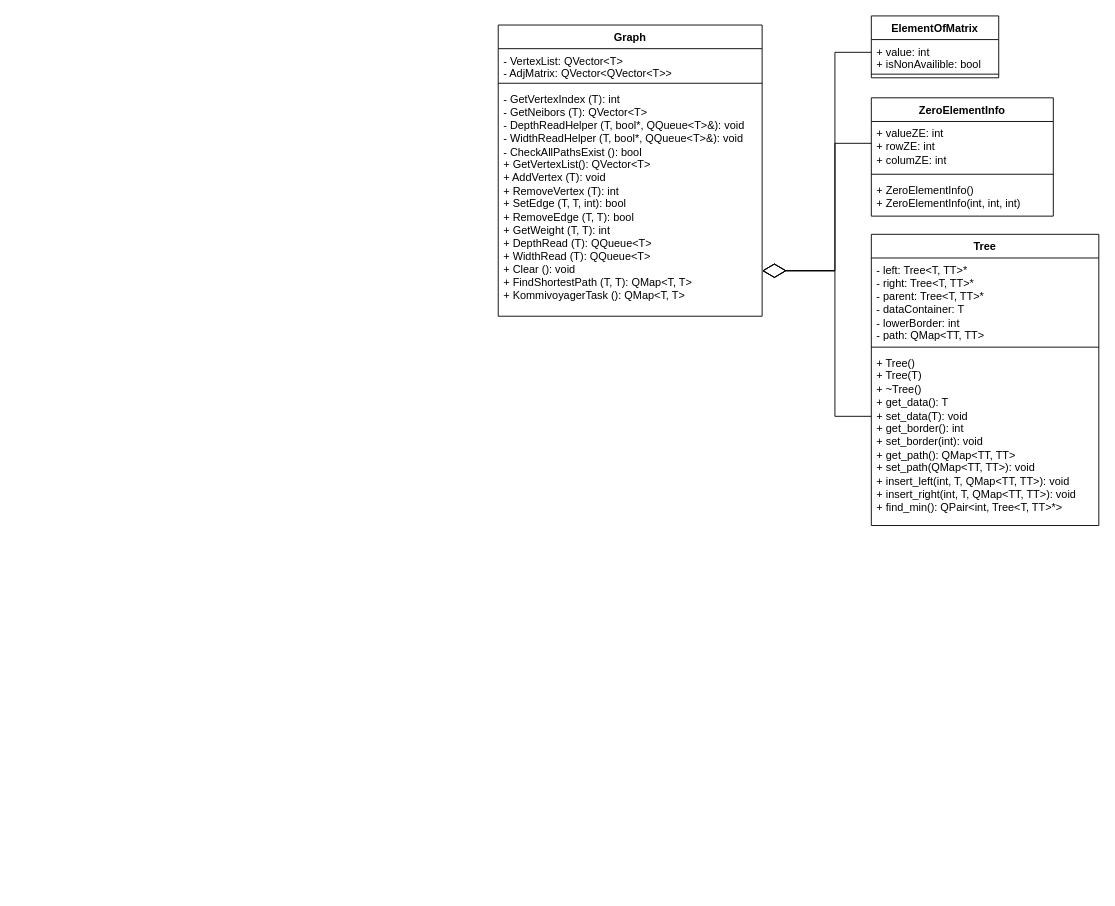
Earlier version of the draw.io diagram UML/Graphs.drawio (Hitikov/Lab_Graphs_QT_only). Source tidied: cells renumbered, new cells numbered last; positions are measured from the earlier drawing's top-left corner, leaving out a move shared by most shapes. Both pictures are drawn from the tidied source at 91%, with x=0, y=0 at pixel (498, 15).
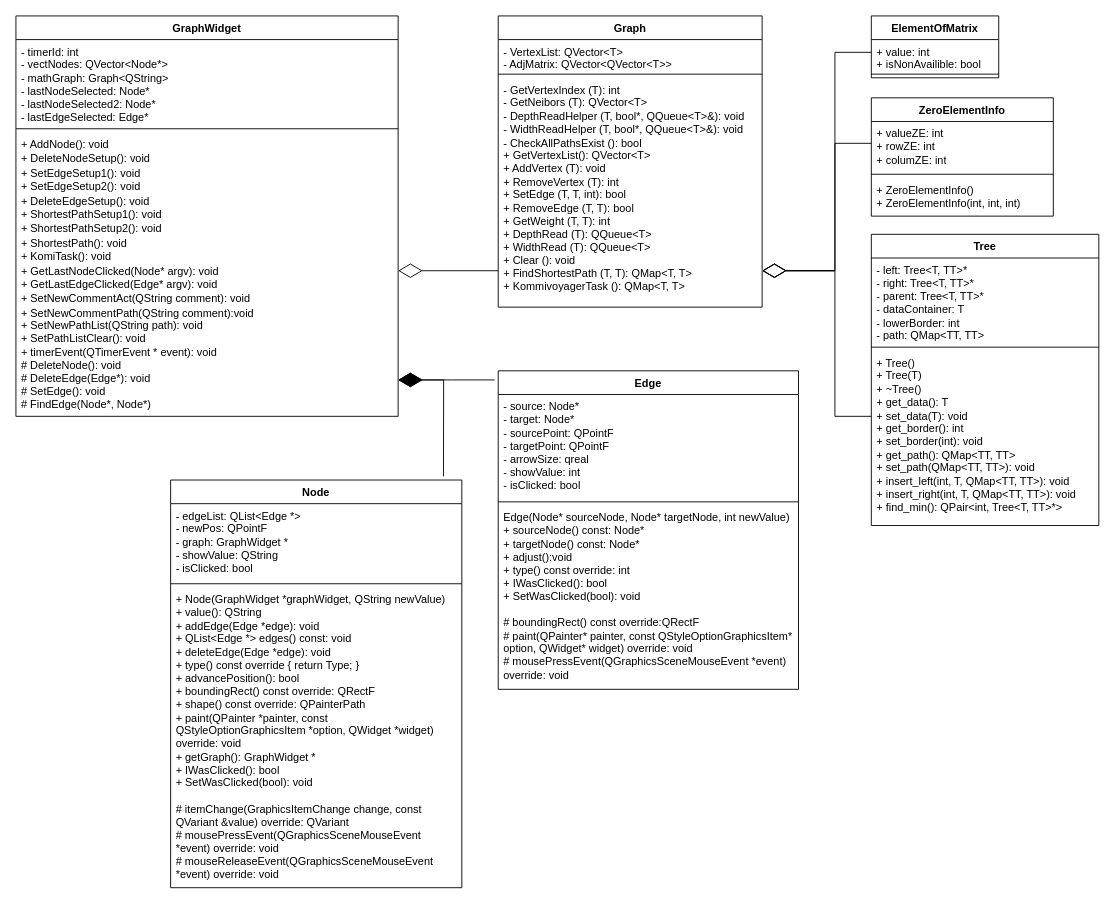
The same diagram, later.

Commit message (it also covers changes not shown here):
Fixes of TMP + complited repor and UML

Unchanged cells that the change refers to:
```xml
<mxCell id="2" value="Tree" style="swimlane;fontStyle=1;align=center;verticalAlign=top;horizontal=1;startSize=26;whiteSpace=wrap;html=1;" parent="1" vertex="1">
  <mxGeometry x="410" y="240" width="250" height="320" as="geometry" />
</mxCell>
<mxCell id="16" value="- GetVertexIndex (T): int&lt;div&gt;- GetNeibors (T):&amp;nbsp;&lt;span style=&quot;background-color: initial;&quot;&gt;QVector&amp;lt;T&amp;gt;&lt;/span&gt;&lt;/div&gt;&lt;div&gt;&lt;span style=&quot;background-color: initial;&quot;&gt;- DepthReadHelper (T, bool*, QQueue&amp;lt;T&amp;gt;&amp;amp;): void&lt;/span&gt;&lt;/div&gt;&lt;div&gt;- WidthReadHelper (T, bool*, QQueue&amp;lt;T&amp;gt;&amp;amp;): void&lt;span style=&quot;background-color: initial;&quot;&gt;&lt;br&gt;&lt;/span&gt;&lt;/div&gt;&lt;div&gt;- CheckAllPathsExist (): bool&lt;/div&gt;&lt;div&gt;+ GetVertexList(): QVector&amp;lt;T&amp;gt;&lt;/div&gt;&lt;div&gt;+ AddVertex (T): void&lt;/div&gt;&lt;div&gt;+ RemoveVertex (T): int&lt;/div&gt;&lt;div&gt;+ SetEdge (T, T, int): bool&lt;/div&gt;&lt;div&gt;+ RemoveEdge (T, T): bool&lt;/div&gt;&lt;div&gt;+ GetWeight (T, T): int&lt;/div&gt;&lt;div&gt;+ DepthRead (T): QQueue&amp;lt;T&amp;gt;&lt;/div&gt;&lt;div&gt;+ WidthRead (T): QQueue&amp;lt;T&amp;gt;&lt;br&gt;&lt;/div&gt;&lt;div&gt;+ Clear (): void&lt;/div&gt;&lt;div&gt;+ FindShortestPath (T, T): QMap&amp;lt;T, T&amp;gt;&lt;/div&gt;&lt;div&gt;+ KommivoyagerTask (): QMap&amp;lt;T, T&amp;gt;&lt;/div&gt;" style="text;strokeColor=none;fillColor=none;align=left;verticalAlign=top;spacingLeft=4;spacingRight=4;overflow=hidden;points=[[0,0.5],[1,0.5]];portConstraint=eastwest;whiteSpace=wrap;html=1;" parent="13" vertex="1">
  <mxGeometry y="68" width="290" height="252" as="geometry" />
</mxCell>
```

Change to the diagram source:
```diff
@@
-    <mxCell id="5" value="&lt;div&gt;+ Tree()&lt;/div&gt;&lt;div&gt;+ Tree(T)&lt;/div&gt;&lt;div&gt;+ ~Tree()&lt;/div&gt;&lt;div&gt;+ get_data(): T&lt;/div&gt;&lt;div&gt;+  set_data(T):&amp;nbsp;void&lt;/div&gt;&lt;div&gt;+ get_border(): int&lt;/div&gt;&lt;div&gt;+ set_border(int): void&lt;/div&gt;&lt;div&gt;+ get_path(): QMap&amp;lt;TT, TT&amp;gt;&lt;/div&gt;&lt;div&gt;+ set_path(&lt;span style=&quot;background-color: initial;&quot;&gt;QMap&amp;lt;TT, TT&amp;gt;): void&lt;/span&gt;&lt;/div&gt;&lt;div&gt;&lt;span style=&quot;background-color: initial;&quot;&gt;+ insert_left(int, T,&amp;nbsp;&lt;/span&gt;&lt;span style=&quot;background-color: initial;&quot;&gt;QMap&amp;lt;TT, TT&amp;gt;): void&lt;/span&gt;&lt;/div&gt;&lt;div&gt;&lt;span style=&quot;background-color: initial;&quot;&gt;+&amp;nbsp;&lt;/span&gt;&lt;span style=&quot;background-color: initial;&quot;&gt;insert_right(int, T,&amp;nbsp;&lt;/span&gt;&lt;span style=&quot;background-color: initial;&quot;&gt;QMap&amp;lt;TT, TT&amp;gt;): void&lt;/span&gt;&lt;/div&gt;&lt;div&gt;+ find_min(): QPair&amp;lt;int, Tree&amp;lt;T, TT&amp;gt;*&amp;gt;&lt;/div&gt;&lt;div&gt;&lt;br&gt;&lt;/div&gt;" style="text;strokeColor=none;fillColor=none;align=left;verticalAlign=top;spacingLeft=4;spacingRight=4;overflow=hidden;whiteSpace=wrap;html=1;" parent="2" vertex="1">
+    <mxCell id="5" value="&lt;div&gt;+ Tree()&lt;/div&gt;&lt;div&gt;+ Tree(T)&lt;/div&gt;&lt;div&gt;+ ~Tree()&lt;/div&gt;&lt;div&gt;+ get_data(): T&lt;/div&gt;&lt;div&gt;+  set_data(T): void&lt;/div&gt;&lt;div&gt;+ get_border(): int&lt;/div&gt;&lt;div&gt;+ set_border(int): void&lt;/div&gt;&lt;div&gt;+ get_path(): QMap&amp;lt;TT, TT&amp;gt;&lt;/div&gt;&lt;div&gt;+ set_path(&lt;span style=&quot;background-color: initial;&quot;&gt;QMap&amp;lt;TT, TT&amp;gt;): void&lt;/span&gt;&lt;/div&gt;&lt;div&gt;&lt;span style=&quot;background-color: initial;&quot;&gt;+ insert_left(int, T,&amp;nbsp;&lt;/span&gt;&lt;span style=&quot;background-color: initial;&quot;&gt;QMap&amp;lt;TT, TT&amp;gt;): void&lt;/span&gt;&lt;/div&gt;&lt;div&gt;&lt;span style=&quot;background-color: initial;&quot;&gt;+&amp;nbsp;&lt;/span&gt;&lt;span style=&quot;background-color: initial;&quot;&gt;insert_right(int, T,&amp;nbsp;&lt;/span&gt;&lt;span style=&quot;background-color: initial;&quot;&gt;QMap&amp;lt;TT, TT&amp;gt;): void&lt;/span&gt;&lt;/div&gt;&lt;div&gt;+ find_min(): QPair&amp;lt;int, Tree&amp;lt;T, TT&amp;gt;*&amp;gt;&lt;/div&gt;&lt;div&gt;&lt;br&gt;&lt;/div&gt;" style="text;strokeColor=none;fillColor=none;align=left;verticalAlign=top;spacingLeft=4;spacingRight=4;overflow=hidden;whiteSpace=wrap;html=1;" parent="2" vertex="1">
       <mxGeometry y="128" width="250" height="192" as="geometry" />
     </mxCell>
@@
     <mxCell id="13" value="Graph" style="swimlane;fontStyle=1;align=center;verticalAlign=top;horizontal=1;startSize=26;whiteSpace=wrap;html=1;" parent="1" vertex="1">
-      <mxGeometry y="10" width="290" height="320" as="geometry" />
+      <mxGeometry width="290" height="320" as="geometry" />
     </mxCell>
@@
+    <mxCell id="20" value="GraphWidget" style="swimlane;fontStyle=1;align=center;verticalAlign=top;horizontal=1;startSize=26;whiteSpace=wrap;html=1;" parent="1" vertex="1">
+      <mxGeometry x="-530" width="420" height="440" as="geometry" />
+    </mxCell>
+    <mxCell id="21" value="- timerId: int&lt;div&gt;- vectNodes: QVector&amp;lt;Node*&amp;gt;&lt;/div&gt;&lt;div&gt;- mathGraph: Graph&amp;lt;QString&amp;gt;&lt;/div&gt;&lt;div&gt;- lastNodeSelected: Node*&lt;/div&gt;&lt;div&gt;- lastNodeSelected2: Node*&lt;br&gt;&lt;/div&gt;&lt;div&gt;- lastEdgeSelected: Edge*&lt;br&gt;&lt;/div&gt;" style="text;strokeColor=none;fillColor=none;align=left;verticalAlign=top;spacingLeft=4;spacingRight=4;overflow=hidden;whiteSpace=wrap;html=1;" parent="20" vertex="1">
+      <mxGeometry y="26" width="420" height="94" as="geometry" />
+    </mxCell>
+    <mxCell id="22" style="line;strokeWidth=1;fillColor=none;align=left;verticalAlign=middle;spacingTop=-1;spacingLeft=3;spacingRight=3;labelPosition=right;strokeColor=inherit;" parent="20" vertex="1">
+      <mxGeometry y="120" width="420" height="8" as="geometry" />
+    </mxCell>
+    <mxCell id="23" value="&lt;pre style=&quot;margin-top: 0px; margin-bottom: 0px;&quot;&gt;&lt;font face=&quot;Helvetica&quot;&gt;+ AddNode(): void&lt;/font&gt;&lt;/pre&gt;&lt;pre style=&quot;margin-top: 0px; margin-bottom: 0px;&quot;&gt;&lt;font face=&quot;Helvetica&quot;&gt;+ DeleteNodeSetup(): void&lt;/font&gt;&lt;/pre&gt;&lt;pre style=&quot;margin-top: 0px; margin-bottom: 0px;&quot;&gt;&lt;span style=&quot;font-family: Helvetica; background-color: initial; white-space: normal;&quot;&gt;+ SetEdgeSetup1()&lt;/span&gt;&lt;font face=&quot;Helvetica&quot;&gt;&lt;span style=&quot;white-space: normal;&quot;&gt;: void&lt;/span&gt;&lt;/font&gt;&lt;br&gt;&lt;/pre&gt;&lt;pre style=&quot;margin-top: 0px; margin-bottom: 0px;&quot;&gt;&lt;span style=&quot;font-family: Helvetica; background-color: initial; white-space: normal;&quot;&gt;+ SetEdgeSetup2()&lt;/span&gt;&lt;font face=&quot;Helvetica&quot;&gt;&lt;span style=&quot;white-space: normal;&quot;&gt;: void&lt;/span&gt;&lt;/font&gt;&lt;br&gt;&lt;/pre&gt;&lt;pre style=&quot;margin-top: 0px; margin-bottom: 0px;&quot;&gt;&lt;span style=&quot;font-family: Helvetica; background-color: initial; white-space: normal;&quot;&gt;+ DeleteEdgeSetup()&lt;/span&gt;&lt;font face=&quot;Helvetica&quot;&gt;&lt;span style=&quot;white-space: normal;&quot;&gt;: void&lt;/span&gt;&lt;/font&gt;&lt;br&gt;&lt;/pre&gt;&lt;pre style=&quot;margin-top: 0px; margin-bottom: 0px;&quot;&gt;&lt;span style=&quot;font-family: Helvetica; background-color: initial; white-space: normal;&quot;&gt;+ ShortestPathSetup1()&lt;/span&gt;&lt;font face=&quot;Helvetica&quot;&gt;&lt;span style=&quot;white-space: normal;&quot;&gt;: void&lt;/span&gt;&lt;/font&gt;&lt;br&gt;&lt;/pre&gt;&lt;pre style=&quot;margin-top: 0px; margin-bottom: 0px;&quot;&gt;&lt;span style=&quot;font-family: Helvetica; background-color: initial; white-space: normal;&quot;&gt;+ ShortestPathSetup2()&lt;/span&gt;&lt;font face=&quot;Helvetica&quot;&gt;&lt;span style=&quot;white-space: normal;&quot;&gt;: void&lt;/span&gt;&lt;/font&gt;&lt;br&gt;&lt;/pre&gt;&lt;pre style=&quot;margin-top: 0px; margin-bottom: 0px;&quot;&gt;&lt;span style=&quot;font-family: Helvetica; background-color: initial; white-space: normal;&quot;&gt;+ ShortestPath()&lt;/span&gt;&lt;font face=&quot;Helvetica&quot;&gt;&lt;span style=&quot;white-space: normal;&quot;&gt;: void&lt;/span&gt;&lt;/font&gt;&lt;br&gt;&lt;/pre&gt;&lt;pre style=&quot;margin-top: 0px; margin-bottom: 0px;&quot;&gt;&lt;span style=&quot;font-family: Helvetica; background-color: initial; white-space: normal;&quot;&gt;+ KomiTask()&lt;/span&gt;&lt;font face=&quot;Helvetica&quot;&gt;&lt;span style=&quot;white-space: normal;&quot;&gt;: void&lt;/span&gt;&lt;/font&gt;&lt;br&gt;&lt;/pre&gt;&lt;pre style=&quot;margin-top: 0px; margin-bottom: 0px;&quot;&gt;&lt;span style=&quot;font-family: Helvetica; background-color: initial; white-space: normal;&quot;&gt;+ GetLastNodeClicked(Node* argv)&lt;/span&gt;&lt;font face=&quot;Helvetica&quot;&gt;&lt;span style=&quot;white-space: normal;&quot;&gt;: void&lt;/span&gt;&lt;/font&gt;&lt;br&gt;&lt;/pre&gt;&lt;pre style=&quot;margin-top: 0px; margin-bottom: 0px;&quot;&gt;&lt;span style=&quot;font-family: Helvetica; background-color: initial; white-space: normal;&quot;&gt;+ GetLastEdgeClicked(Edge* argv)&lt;/span&gt;&lt;font face=&quot;Helvetica&quot;&gt;&lt;span style=&quot;white-space: normal;&quot;&gt;: void&lt;/span&gt;&lt;/font&gt;&lt;br&gt;&lt;/pre&gt;&lt;pre style=&quot;margin-top: 0px; margin-bottom: 0px;&quot;&gt;&lt;span style=&quot;font-family: Helvetica; white-space: normal;&quot;&gt;+ SetNewCommentAct(QString comment): void&lt;/span&gt;&lt;pre style=&quot;font-family: Helvetica; margin-top: 0px; margin-bottom: 0px;&quot;&gt;&lt;span style=&quot;white-space: normal; font-family: Helvetica; background-color: initial;&quot;&gt;+ SetNewCommentPath(QString comment):void&lt;/span&gt;&lt;br&gt;&lt;/pre&gt;&lt;pre style=&quot;font-family: Helvetica; margin-top: 0px; margin-bottom: 0px;&quot;&gt;&lt;span style=&quot;white-space: normal; font-family: Helvetica; background-color: initial;&quot;&gt;+ SetNewPathList(QString path): void&lt;/span&gt;&lt;br&gt;&lt;/pre&gt;&lt;pre style=&quot;font-family: Helvetica; margin-top: 0px; margin-bottom: 0px;&quot;&gt;&lt;span style=&quot;white-space: normal; font-family: Helvetica; background-color: initial;&quot;&gt;+ SetPathListClear(): void&lt;/span&gt;&lt;/pre&gt;&lt;pre style=&quot;font-family: Helvetica; margin-top: 0px; margin-bottom: 0px;&quot;&gt;&lt;span style=&quot;white-space: normal; font-family: Helvetica; background-color: initial;&quot;&gt;+ timerEvent(QTimerEvent * event): void&lt;/span&gt;&lt;/pre&gt;&lt;pre style=&quot;margin-top: 0px; margin-bottom: 0px; font-family: Helvetica;&quot;&gt;&lt;span style=&quot;white-space: normal; font-family: Helvetica; background-color: initial;&quot;&gt;# DeleteNode()&lt;/span&gt;: void&lt;/pre&gt;&lt;pre style=&quot;margin-top: 0px; margin-bottom: 0px; font-family: Helvetica;&quot;&gt;# DeleteEdge(Edge*): void&lt;/pre&gt;&lt;pre style=&quot;margin-top: 0px; margin-bottom: 0px; font-family: Helvetica;&quot;&gt;# SetEdge(): void&lt;/pre&gt;&lt;pre style=&quot;margin-top: 0px; margin-bottom: 0px; font-family: Helvetica;&quot;&gt;# FindEdge(Node*, Node*)&lt;/pre&gt;&lt;/pre&gt;" style="text;strokeColor=none;fillColor=none;align=left;verticalAlign=top;spacingLeft=4;spacingRight=4;overflow=hidden;whiteSpace=wrap;html=1;" parent="20" vertex="1">
+      <mxGeometry y="128" width="420" height="312" as="geometry" />
+    </mxCell>
+    <mxCell id="24" value="Edge" style="swimlane;fontStyle=1;align=center;verticalAlign=top;horizontal=1;startSize=26;whiteSpace=wrap;html=1;" parent="1" vertex="1">
+      <mxGeometry y="390" width="330" height="350" as="geometry" />
+    </mxCell>
+    <mxCell id="25" value="&lt;div&gt;- source:&amp;nbsp;&lt;span style=&quot;background-color: initial;&quot;&gt;Node*&lt;/span&gt;&lt;span style=&quot;background-color: initial;&quot;&gt;&amp;nbsp;&lt;/span&gt;&lt;/div&gt;&lt;div&gt;- target&lt;span style=&quot;background-color: initial;&quot;&gt;:&amp;nbsp;&lt;/span&gt;&lt;span style=&quot;background-color: initial;&quot;&gt;Node*&lt;/span&gt;&lt;span style=&quot;background-color: initial;&quot;&gt;&amp;nbsp;&lt;/span&gt;&lt;/div&gt;&lt;div&gt;- sourcePoint:&amp;nbsp;&lt;span style=&quot;background-color: initial;&quot;&gt;QPointF&lt;/span&gt;&lt;/div&gt;&lt;div&gt;- targetPoint&lt;span style=&quot;background-color: initial;&quot;&gt;:&amp;nbsp;&lt;/span&gt;&lt;span style=&quot;background-color: initial;&quot;&gt;QPointF&lt;/span&gt;&lt;/div&gt;&lt;div&gt;- arrowSize: qreal&lt;/div&gt;&lt;div&gt;- showValue:&amp;nbsp;&lt;span style=&quot;background-color: initial;&quot;&gt;int&lt;/span&gt;&lt;span style=&quot;background-color: initial;&quot;&gt;&amp;nbsp;&lt;/span&gt;&lt;/div&gt;&lt;div&gt;- isClicked:&amp;nbsp;&lt;span style=&quot;background-color: initial;&quot;&gt;bool&lt;/span&gt;&lt;span style=&quot;background-color: initial;&quot;&gt;&amp;nbsp;&lt;/span&gt;&lt;/div&gt;" style="text;strokeColor=none;fillColor=none;align=left;verticalAlign=top;spacingLeft=4;spacingRight=4;overflow=hidden;whiteSpace=wrap;html=1;" parent="24" vertex="1">
+      <mxGeometry y="26" width="330" height="114" as="geometry" />
+    </mxCell>
+    <mxCell id="26" style="line;strokeWidth=1;fillColor=none;align=left;verticalAlign=middle;spacingTop=-1;spacingLeft=3;spacingRight=3;labelPosition=right;strokeColor=inherit;" parent="24" vertex="1">
+      <mxGeometry y="140" width="330" height="8" as="geometry" />
+    </mxCell>
+    <mxCell id="27" value="&lt;div&gt;Edge(Node* sourceNode, Node* targetNode, int newValue)&lt;/div&gt;&lt;div&gt;&lt;span style=&quot;background-color: initial;&quot;&gt;+ sourceNode() const:&amp;nbsp;&lt;/span&gt;&lt;span style=&quot;background-color: initial;&quot;&gt;Node*&lt;/span&gt;&lt;br&gt;&lt;/div&gt;&lt;div&gt;+ targetNode() const:&amp;nbsp;&lt;span style=&quot;background-color: initial;&quot;&gt;Node*&lt;/span&gt;&lt;/div&gt;&lt;div&gt;+ adjust():&lt;span style=&quot;background-color: initial;&quot;&gt;void&lt;/span&gt;&lt;/div&gt;&lt;div&gt;+ type() const override:&amp;nbsp;&lt;span style=&quot;background-color: initial;&quot;&gt;int&lt;/span&gt;&lt;/div&gt;&lt;div&gt;+ IWasClicked():&amp;nbsp;&lt;span style=&quot;background-color: initial;&quot;&gt;bool&lt;/span&gt;&lt;/div&gt;&lt;div&gt;+ SetWasClicked(bool):&amp;nbsp;&lt;span style=&quot;background-color: initial;&quot;&gt;void&lt;/span&gt;&lt;/div&gt;&lt;div&gt;&lt;span style=&quot;background-color: initial;&quot;&gt;&lt;br&gt;&lt;/span&gt;&lt;/div&gt;&lt;div&gt;&lt;span style=&quot;background-color: initial;&quot;&gt;&lt;div&gt;# boundingRect() const override:&lt;span style=&quot;background-color: initial;&quot;&gt;QRectF&lt;/span&gt;&lt;/div&gt;&lt;/span&gt;&lt;span style=&quot;background-color: initial;&quot;&gt;&lt;div&gt;# paint(QPainter* painter, const QStyleOptionGraphicsItem* option, QWidget* widget) override:&amp;nbsp;&lt;span style=&quot;background-color: initial;&quot;&gt;void&lt;/span&gt;&lt;/div&gt;&lt;/span&gt;&lt;span style=&quot;background-color: initial;&quot;&gt;&lt;div&gt;# mousePressEvent(QGraphicsSceneMouseEvent *event) override:&amp;nbsp;&lt;span style=&quot;background-color: initial;&quot;&gt;void&lt;/span&gt;&lt;/div&gt;&lt;/span&gt;&lt;/div&gt;" style="text;strokeColor=none;fillColor=none;align=left;verticalAlign=top;spacingLeft=4;spacingRight=4;overflow=hidden;whiteSpace=wrap;html=1;" parent="24" vertex="1">
+      <mxGeometry y="148" width="330" height="202" as="geometry" />
+    </mxCell>
+    <mxCell id="28" value="Node" style="swimlane;fontStyle=1;align=center;verticalAlign=top;horizontal=1;startSize=26;whiteSpace=wrap;html=1;" parent="1" vertex="1">
+      <mxGeometry x="-360" y="510" width="320" height="448" as="geometry" />
+    </mxCell>
+    <mxCell id="29" value="&lt;div&gt;- edgeList:&amp;nbsp;&lt;span style=&quot;background-color: initial;&quot;&gt;QList&amp;lt;Edge *&amp;gt;&lt;/span&gt;&lt;/div&gt;&lt;div&gt;- newPos:&amp;nbsp;&lt;span style=&quot;background-color: initial;&quot;&gt;QPointF&lt;/span&gt;&lt;/div&gt;&lt;div&gt;&lt;span style=&quot;background-color: initial;&quot;&gt;- graph:&amp;nbsp;&lt;/span&gt;&lt;span style=&quot;background-color: initial;&quot;&gt;GraphWidget *&lt;/span&gt;&lt;/div&gt;&lt;div&gt;&lt;span style=&quot;background-color: initial;&quot;&gt;- showValue:&amp;nbsp;&lt;/span&gt;&lt;span style=&quot;background-color: initial;&quot;&gt;QString&lt;/span&gt;&lt;/div&gt;&lt;div&gt;&lt;span style=&quot;background-color: initial;&quot;&gt;- isClicked:&amp;nbsp;&lt;/span&gt;&lt;span style=&quot;background-color: initial;&quot;&gt;bool&lt;/span&gt;&lt;br&gt;&lt;/div&gt;" style="text;strokeColor=none;fillColor=none;align=left;verticalAlign=top;spacingLeft=4;spacingRight=4;overflow=hidden;whiteSpace=wrap;html=1;" parent="28" vertex="1">
+      <mxGeometry y="26" width="320" height="84" as="geometry" />
+    </mxCell>
+    <mxCell id="30" style="line;strokeWidth=1;fillColor=none;align=left;verticalAlign=middle;spacingTop=-1;spacingLeft=3;spacingRight=3;labelPosition=right;strokeColor=inherit;" parent="28" vertex="1">
+      <mxGeometry y="110" width="320" height="8" as="geometry" />
+    </mxCell>
+    <mxCell id="31" value="&lt;div&gt;+ Node(GraphWidget *graphWidget, QString newValue)&lt;/div&gt;&lt;div&gt;+ value():&amp;nbsp;&lt;span style=&quot;background-color: initial;&quot;&gt;QString&lt;/span&gt;&lt;/div&gt;&lt;div&gt;+ addEdge(Edge *edge):&amp;nbsp;&lt;span style=&quot;background-color: initial;&quot;&gt;void&lt;/span&gt;&lt;/div&gt;&lt;div&gt;+ QList&amp;lt;Edge *&amp;gt; edges() const:&amp;nbsp;&lt;span style=&quot;background-color: initial;&quot;&gt;void&lt;/span&gt;&lt;/div&gt;&lt;div&gt;+ deleteEdge(Edge *edge)&lt;span style=&quot;background-color: initial;&quot;&gt;:&amp;nbsp;&lt;/span&gt;&lt;span style=&quot;background-color: initial;&quot;&gt;void&lt;/span&gt;&lt;/div&gt;&lt;div&gt;&lt;span style=&quot;background-color: initial;&quot;&gt;+ type() const override { return Type; }&lt;/span&gt;&lt;/div&gt;&lt;div&gt;+ advancePosition(): bool&lt;/div&gt;&lt;div&gt;+ boundingRect() const override:&amp;nbsp;&lt;span style=&quot;background-color: initial;&quot;&gt;QRectF&lt;/span&gt;&lt;/div&gt;&lt;div&gt;+ shape() const override:&amp;nbsp;&lt;span style=&quot;background-color: initial;&quot;&gt;QPainterPath&lt;/span&gt;&lt;/div&gt;&lt;div&gt;+ paint(QPainter *painter, const QStyleOptionGraphicsItem *option, QWidget *widget) override:&amp;nbsp;&lt;span style=&quot;background-color: initial;&quot;&gt;void&lt;/span&gt;&lt;/div&gt;&lt;div&gt;+ getGraph():&amp;nbsp;&lt;span style=&quot;background-color: initial;&quot;&gt;GraphWidget *&lt;/span&gt;&lt;/div&gt;&lt;div&gt;+ IWasClicked()&lt;span style=&quot;background-color: initial;&quot;&gt;: bool&lt;/span&gt;&lt;/div&gt;&lt;div&gt;+ SetWasClicked(bool)&lt;span style=&quot;background-color: initial;&quot;&gt;:&amp;nbsp;&lt;/span&gt;&lt;span style=&quot;background-color: initial;&quot;&gt;void&lt;/span&gt;&lt;/div&gt;&lt;div&gt;&lt;br&gt;&lt;/div&gt;&lt;div&gt;&lt;div&gt;# itemChange(GraphicsItemChange change, const QVariant &amp;amp;value) override:&amp;nbsp;&lt;span style=&quot;background-color: initial;&quot;&gt;QVariant&lt;/span&gt;&lt;/div&gt;&lt;div&gt;# mousePressEvent(QGraphicsSceneMouseEvent *event) override&lt;span style=&quot;background-color: initial;&quot;&gt;:&amp;nbsp;&lt;/span&gt;&lt;span style=&quot;background-color: initial;&quot;&gt;void&lt;/span&gt;&lt;/div&gt;&lt;div&gt;# mouseReleaseEvent(QGraphicsSceneMouseEvent *event) override&lt;span style=&quot;background-color: initial;&quot;&gt;:&amp;nbsp;&lt;/span&gt;&lt;span style=&quot;background-color: initial;&quot;&gt;void&lt;/span&gt;&lt;/div&gt;&lt;/div&gt;" style="text;strokeColor=none;fillColor=none;align=left;verticalAlign=top;spacingLeft=4;spacingRight=4;overflow=hidden;whiteSpace=wrap;html=1;" parent="28" vertex="1">
+      <mxGeometry y="118" width="320" height="330" as="geometry" />
+    </mxCell>
+    <mxCell id="32" style="endArrow=diamondThin;endFill=1;endSize=24;html=1;rounded=0;exitX=0.937;exitY=-0.009;exitDx=0;exitDy=0;exitPerimeter=0;" parent="1" edge="1" source="28">
+      <mxGeometry relative="1" as="geometry">
+        <mxPoint x="-110" y="400" as="targetPoint" />
+        <Array as="points">
+          <mxPoint x="-60" y="400" />
+        </Array>
+      </mxGeometry>
+    </mxCell>
+    <mxCell id="33" style="endArrow=diamondThin;endFill=1;endSize=24;html=1;rounded=0;" parent="1" edge="1">
+      <mxGeometry relative="1" as="geometry">
+        <mxPoint x="-4" y="400" as="sourcePoint" />
+        <mxPoint x="-110" y="400" as="targetPoint" />
+        <Array as="points">
+          <mxPoint x="-50" y="400" />
+        </Array>
+      </mxGeometry>
+    </mxCell>
+    <mxCell id="34" style="endArrow=diamondThin;endFill=0;endSize=24;html=1;rounded=0;" parent="1" edge="1" source="16">
+      <mxGeometry relative="1" as="geometry">
+        <mxPoint x="-110" y="280" as="targetPoint" />
+        <Array as="points">
+          <mxPoint y="280" />
+          <mxPoint x="-30" y="280" />
+        </Array>
+      </mxGeometry>
+    </mxCell>
```
